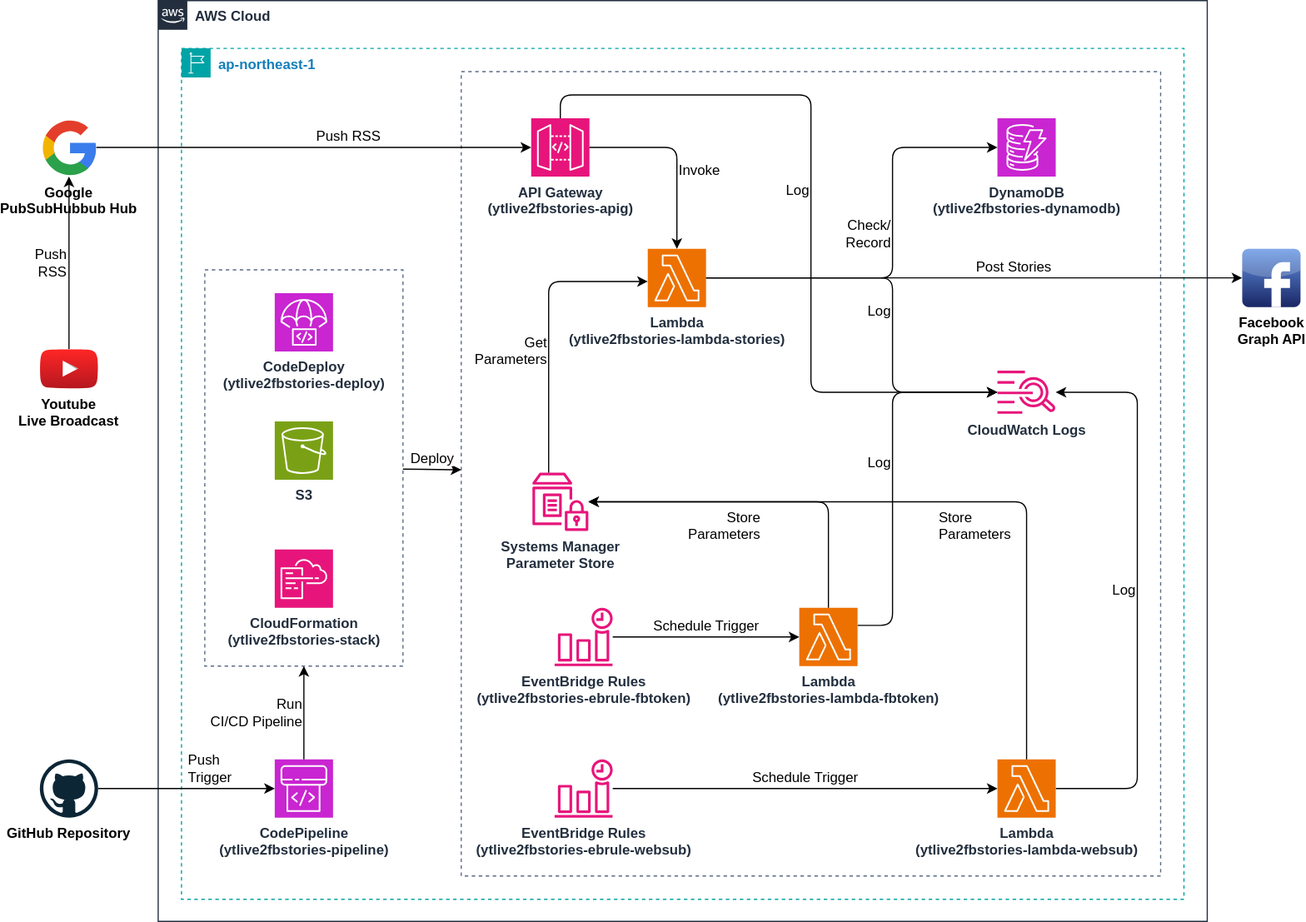
The draw.io diagram architecture.drawio.svg in infhyroyage/ShareYTLive2FBStories, before a commit. Source tidied: cells renumbered, new cells last; positions are measured from the earlier drawing's top-left corner, leaving out a move shared by most shapes.
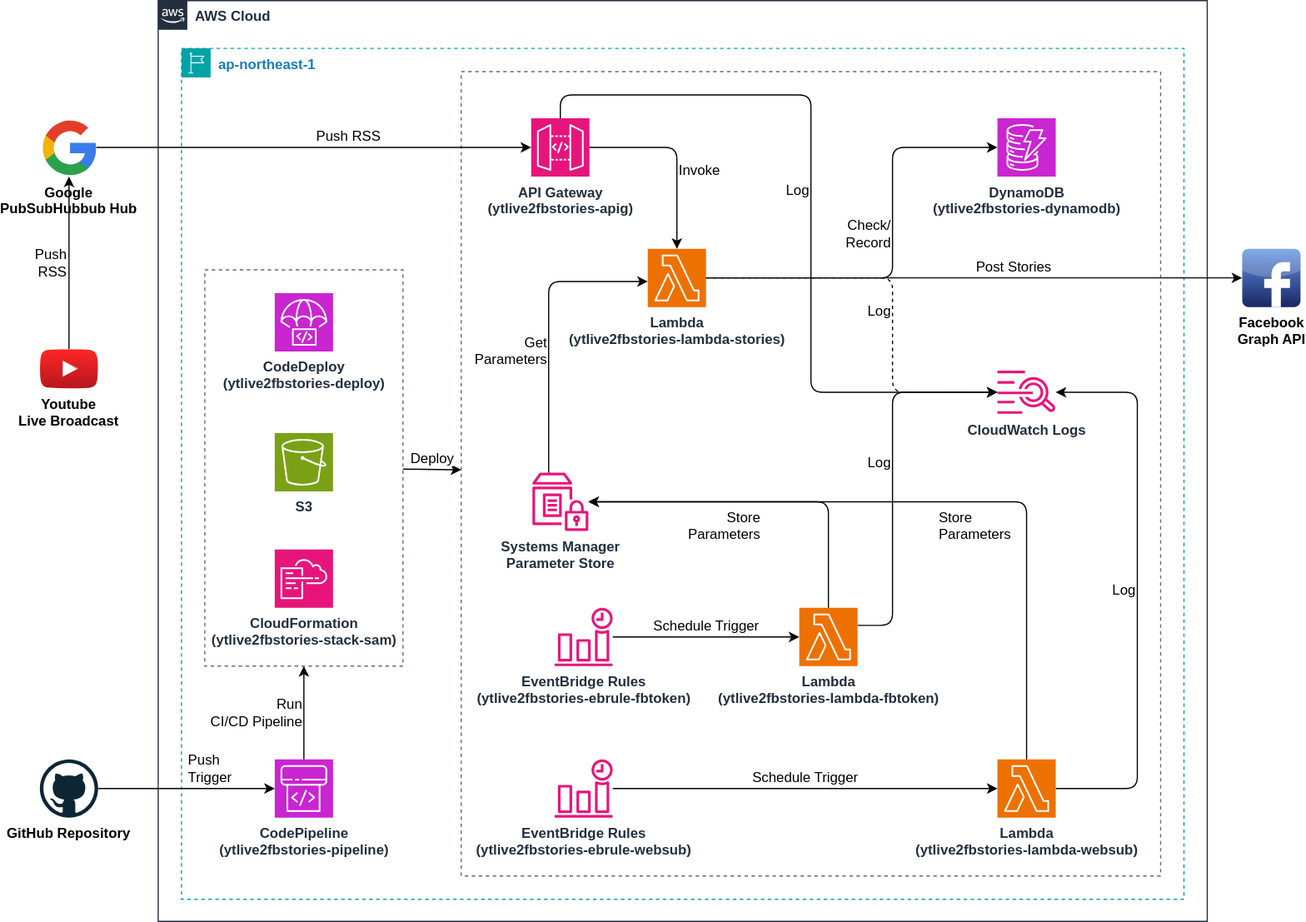
Above is the later version.

Commit message:
Update stack names

The edit, as a diff of the source:
```diff
@@ -11,7 +11,7 @@
     <mxCell id="4" style="fillColor=none;strokeColor=#5A6C86;dashed=1;verticalAlign=top;fontStyle=0;fontColor=#5A6C86;whiteSpace=wrap;html=1;" parent="3" vertex="1">
       <mxGeometry x="240" y="20" width="600" height="690" as="geometry" />
     </mxCell>
-    <mxCell id="5" value="Log" style="edgeStyle=orthogonalEdgeStyle;html=1;fontSize=12;labelPosition=left;verticalLabelPosition=bottom;align=right;verticalAlign=top;" parent="3" edge="1" source="16" target="21">
+    <mxCell id="5" value="Log" style="edgeStyle=orthogonalEdgeStyle;html=1;fontSize=12;labelPosition=left;verticalLabelPosition=bottom;align=right;verticalAlign=top;dashed=1;" parent="3" edge="1" source="16" target="21">
       <mxGeometry relative="1" as="geometry">
         <Array as="points">
           <mxPoint x="610" y="197" />
@@ -116,11 +116,11 @@
         </Array>
       </mxGeometry>
     </mxCell>
-    <mxCell id="28" value="CloudFormation&lt;div&gt;(ytlive2fbstories-stack)&lt;/div&gt;" style="sketch=0;fontColor=#232F3E;fillColor=#E7157B;strokeColor=#ffffff;dashed=0;verticalLabelPosition=bottom;verticalAlign=top;align=center;html=1;fontSize=12;fontStyle=1;shape=mxgraph.aws4.resourceIcon;resIcon=mxgraph.aws4.cloudformation;" parent="3" vertex="1">
+    <mxCell id="28" value="CloudFormation&lt;div&gt;(ytlive2fbstories-stack-sam)&lt;/div&gt;" style="sketch=0;fontColor=#232F3E;fillColor=#E7157B;strokeColor=#ffffff;dashed=0;verticalLabelPosition=bottom;verticalAlign=top;align=center;html=1;fontSize=12;fontStyle=1;shape=mxgraph.aws4.resourceIcon;resIcon=mxgraph.aws4.cloudformation;" parent="3" vertex="1">
       <mxGeometry x="80" y="430" width="50" height="50" as="geometry" />
     </mxCell>
     <mxCell id="29" value="S3" style="sketch=0;fontColor=#232F3E;fillColor=#7AA116;strokeColor=#ffffff;dashed=0;verticalLabelPosition=bottom;verticalAlign=top;align=center;html=1;fontSize=12;fontStyle=1;shape=mxgraph.aws4.resourceIcon;resIcon=mxgraph.aws4.s3;" parent="3" vertex="1">
-      <mxGeometry x="80" y="320" width="50" height="50" as="geometry" />
+      <mxGeometry x="80" y="330" width="50" height="50" as="geometry" />
     </mxCell>
     <mxCell id="30" value="CodeDeploy&lt;div&gt;(ytlive2fbstories-deploy)&lt;/div&gt;" style="sketch=0;fontColor=#232F3E;fillColor=#C925D1;strokeColor=#ffffff;dashed=0;verticalLabelPosition=bottom;verticalAlign=top;align=center;html=1;fontSize=12;fontStyle=1;shape=mxgraph.aws4.resourceIcon;resIcon=mxgraph.aws4.codedeploy;" parent="3" vertex="1">
       <mxGeometry x="80" y="210" width="50" height="50" as="geometry" />
```
